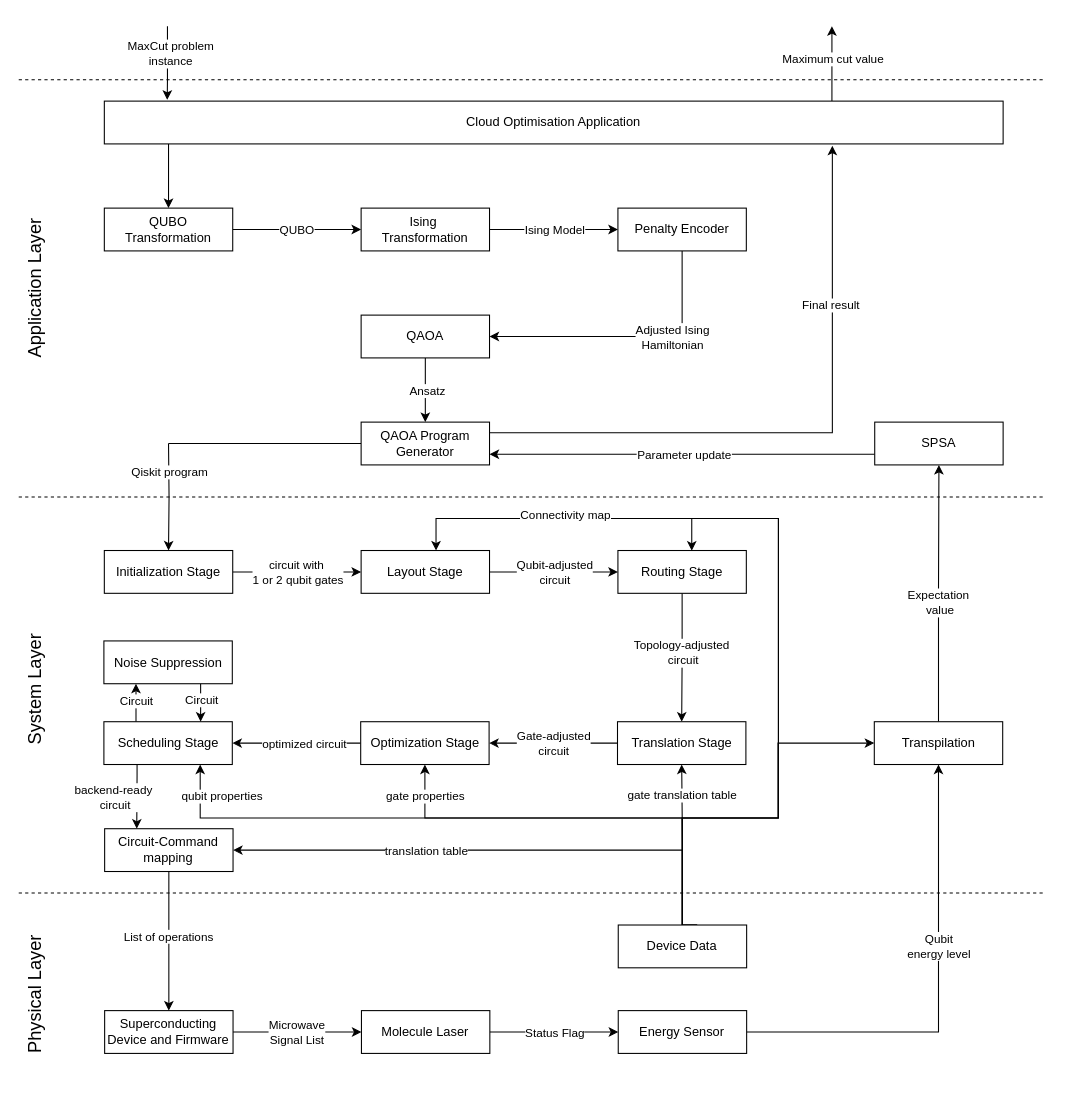
Before: page "scenario2" (2 of 4) of docs/scenario-based-analysis/images/scenarios.drawio in FullStaQD/architecture, a draw.io diagram. Source tidied: cells renumbered, new cells numbered last; positions are measured from the earlier drawing's top-left corner, leaving out a move shared by most shapes. Both pictures are drawn from the tidied source at 107%, with x=0, y=0 at pixel (-57, 26).
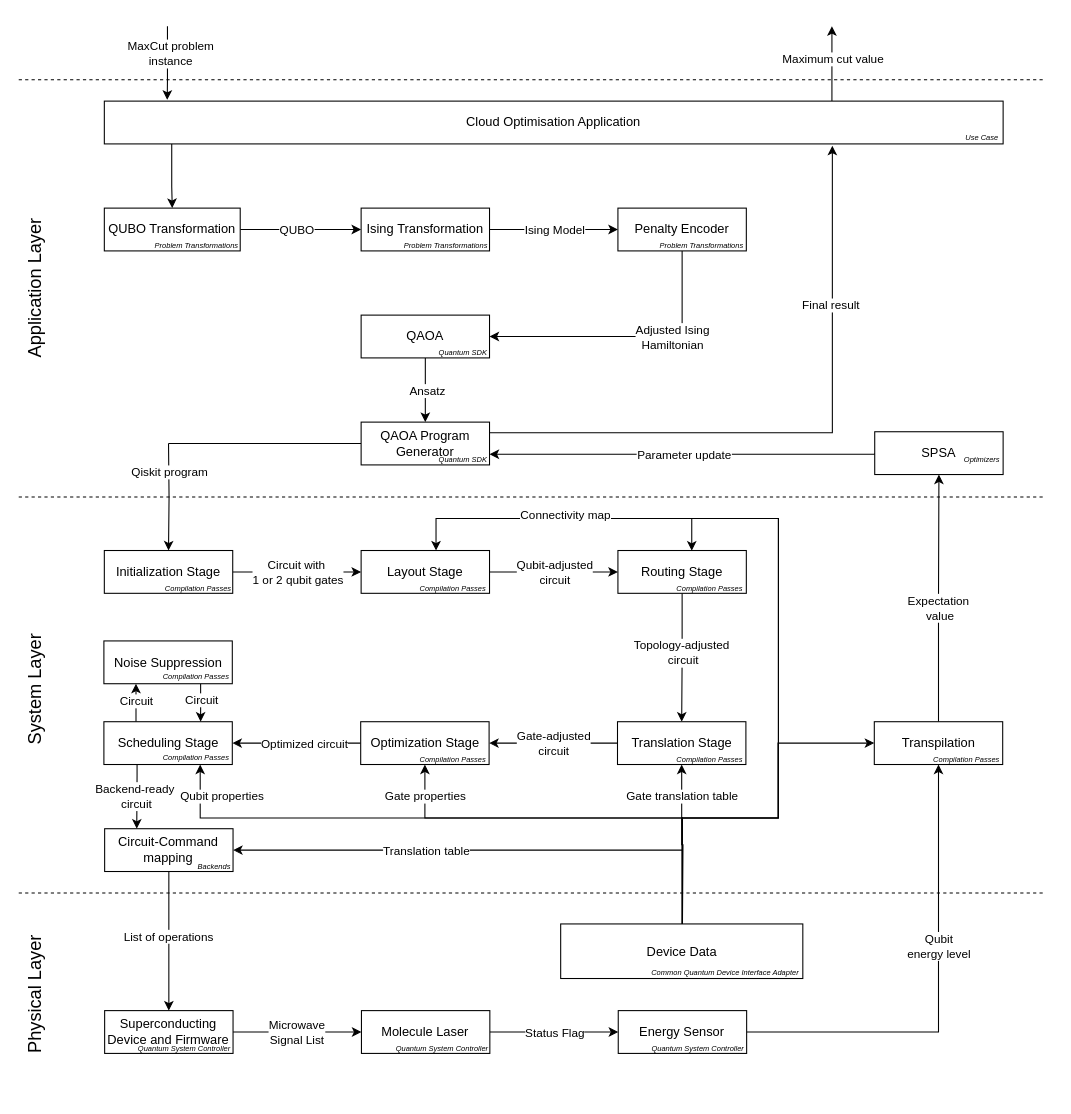
The same page after the edit.

Unchanged cells that the change refers to:
```xml
<mxCell id="8" value="Cloud Optimisation Application" style="rounded=0;whiteSpace=wrap;html=1;" parent="1" vertex="1">
  <mxGeometry x="150" y="70" width="840" height="40" as="geometry" />
</mxCell>
<mxCell id="24" value="Routing Stage" style="rounded=0;whiteSpace=wrap;html=1;" parent="1" vertex="1">
  <mxGeometry x="630" y="490" width="120" height="40" as="geometry" />
</mxCell>
<mxCell id="28" style="edgeStyle=orthogonalEdgeStyle;rounded=0;jettySize=auto;html=1;entryX=0;entryY=0.5;entryDx=0;entryDy=0;" parent="1" edge="1" source="30" target="27">
  <mxGeometry relative="1" as="geometry" />
</mxCell>
<mxCell id="33" value="Translation Stage" style="rounded=0;whiteSpace=wrap;html=1;" parent="1" vertex="1">
  <mxGeometry x="629.6" y="650" width="120" height="40" as="geometry" />
</mxCell>
<mxCell id="34" style="edgeStyle=orthogonalEdgeStyle;rounded=0;jettySize=auto;html=1;entryX=1;entryY=0.5;entryDx=0;entryDy=0;" parent="1" edge="1" source="36" target="41">
  <mxGeometry relative="1" as="geometry" />
</mxCell>
<mxCell id="36" value="Optimization Stage" style="rounded=0;whiteSpace=wrap;html=1;" parent="1" vertex="1">
  <mxGeometry x="389.6" y="650" width="120" height="40" as="geometry" />
</mxCell>
<mxCell id="37" style="edgeStyle=orthogonalEdgeStyle;rounded=0;jettySize=auto;html=1;entryX=0.25;entryY=0;entryDx=0;entryDy=0;" parent="1" edge="1" source="41" target="81">
  <mxGeometry relative="1" as="geometry">
    <Array as="points">
      <mxPoint x="180.6" y="700" />
      <mxPoint x="180.6" y="700" />
    </Array>
  </mxGeometry>
</mxCell>
<mxCell id="41" value="Scheduling Stage" style="rounded=0;whiteSpace=wrap;html=1;" parent="1" vertex="1">
  <mxGeometry x="149.6" y="650" width="120" height="40" as="geometry" />
</mxCell>
<mxCell id="66" value="Transpilation" style="rounded=0;whiteSpace=wrap;html=1;" parent="1" vertex="1">
  <mxGeometry x="869.6" y="650" width="120" height="40" as="geometry" />
</mxCell>
<mxCell id="81" value="Circuit-Command&lt;div&gt;mapping&lt;/div&gt;" style="rounded=0;whiteSpace=wrap;html=1;" parent="1" vertex="1">
  <mxGeometry x="150.3" y="750" width="120" height="40" as="geometry" />
</mxCell>
```

What changed in the source:
```diff
@@
-    <mxCell id="2" style="edgeStyle=orthogonalEdgeStyle;rounded=0;jettySize=auto;html=1;entryX=0.5;entryY=0;entryDx=0;entryDy=0;" parent="1" edge="1" source="8" target="16">
+    <mxCell id="2" style="edgeStyle=orthogonalEdgeStyle;rounded=0;jettySize=auto;html=1;entryX=0.5;entryY=0;entryDx=0;entryDy=0;exitX=0.075;exitY=0.989;exitDx=0;exitDy=0;exitPerimeter=0;" parent="1" edge="1" source="8" target="16">
       <mxGeometry relative="1" as="geometry">
         <Array as="points">
-          <mxPoint x="210" y="150" />
-          <mxPoint x="210" y="150" />
+          <mxPoint x="213" y="150" />
+          <mxPoint x="213.5" y="150" />
         </Array>
       </mxGeometry>
     </mxCell>
@@
-    <mxCell id="15" value="Ising&amp;nbsp;&lt;div&gt;Transformation&lt;/div&gt;" style="rounded=0;whiteSpace=wrap;html=1;" parent="1" vertex="1">
+    <mxCell id="15" value="Ising&amp;nbsp;&lt;span style=&quot;background-color: transparent; color: light-dark(rgb(0, 0, 0), rgb(255, 255, 255));&quot;&gt;Transformation&lt;/span&gt;" style="rounded=0;whiteSpace=wrap;html=1;" parent="1" vertex="1">
       <mxGeometry x="390" y="170" width="120" height="40" as="geometry" />
     </mxCell>
     <mxCell id="16" value="QUBO Transformation" style="rounded=0;whiteSpace=wrap;html=1;" parent="1" vertex="1">
-      <mxGeometry x="150" y="170" width="120" height="40" as="geometry" />
+      <mxGeometry x="150" y="170" width="127" height="40" as="geometry" />
     </mxCell>
@@
-    <mxCell id="29" value="circuit with&amp;nbsp;&lt;div&gt;1 or 2 qubit gates&lt;/div&gt;" style="edgeLabel;html=1;align=center;verticalAlign=middle;" parent="28" vertex="1">
+    <mxCell id="29" value="Circuit with&amp;nbsp;&lt;div&gt;1 or 2 qubit gates&lt;/div&gt;" style="edgeLabel;html=1;align=center;verticalAlign=middle;" parent="28" vertex="1">
       <mxGeometry x="0.11" y="-3" relative="1" as="geometry">
         <mxPoint x="-7" y="-3" as="offset" />
       </mxGeometry>
     </mxCell>
@@
-    <mxCell id="35" value="optimized circuit" style="edgeLabel;html=1;align=center;verticalAlign=middle;" parent="34" vertex="1">
+    <mxCell id="35" value="Optimized circuit" style="edgeLabel;html=1;align=center;verticalAlign=middle;" parent="34" vertex="1">
       <mxGeometry x="-0.11" y="1" relative="1" as="geometry">
         <mxPoint y="-1" as="offset" />
       </mxGeometry>
     </mxCell>
@@
-    <mxCell id="38" value="backend-ready&amp;nbsp;&lt;div&gt;circuit&lt;/div&gt;" style="edgeLabel;html=1;align=center;verticalAlign=middle;" parent="37" vertex="1">
+    <mxCell id="38" value="Backend-ready&amp;nbsp;&lt;div&gt;circuit&lt;/div&gt;" style="edgeLabel;html=1;align=center;verticalAlign=middle;" parent="37" vertex="1">
       <mxGeometry x="0.21" y="1" relative="1" as="geometry">
-        <mxPoint x="-22" y="-6" as="offset" />
+        <mxPoint x="-2" y="-7" as="offset" />
       </mxGeometry>
     </mxCell>
@@
-    <mxCell id="53" style="edgeStyle=orthogonalEdgeStyle;rounded=0;jettySize=auto;html=1;entryX=0.5;entryY=1;entryDx=0;entryDy=0;" parent="1" edge="1" source="63" target="36">
+    <mxCell id="53" style="edgeStyle=orthogonalEdgeStyle;rounded=0;jettySize=auto;html=1;entryX=0.5;entryY=1;entryDx=0;entryDy=0;" parent="1" edge="1" target="36">
       <mxGeometry relative="1" as="geometry">
+        <mxPoint x="690.3" y="840" as="sourcePoint" />
         <Array as="points">
           <mxPoint x="690.6" y="740" />
           <mxPoint x="449.6" y="740" />
         </Array>
       </mxGeometry>
     </mxCell>
-    <mxCell id="54" value="gate properties" style="edgeLabel;html=1;align=center;verticalAlign=middle;" parent="53" vertex="1">
+    <mxCell id="54" value="Gate properties" style="edgeLabel;html=1;align=center;verticalAlign=middle;" parent="53" vertex="1">
       <mxGeometry x="0.85" y="1" relative="1" as="geometry">
         <mxPoint x="1" as="offset" />
       </mxGeometry>
     </mxCell>
-    <mxCell id="55" style="edgeStyle=orthogonalEdgeStyle;rounded=0;jettySize=auto;html=1;entryX=0.5;entryY=0;entryDx=0;entryDy=0;exitX=0.615;exitY=-0.004;exitDx=0;exitDy=0;exitPerimeter=0;" parent="1" edge="1" source="63">
+    <mxCell id="55" style="edgeStyle=orthogonalEdgeStyle;rounded=0;orthogonalLoop=1;jettySize=auto;html=1;entryX=0.5;entryY=0;entryDx=0;entryDy=0;" parent="1" edge="1">
       <mxGeometry relative="1" as="geometry">
+        <mxPoint x="690" y="839.8" as="sourcePoint" />
         <mxPoint x="460" y="490" as="targetPoint" />
         <Array as="points">
           <mxPoint x="690" y="840" />
           <mxPoint x="690" y="740" />
           <mxPoint x="780" y="740" />
           <mxPoint x="780" y="460" />
           <mxPoint x="460" y="460" />
         </Array>
       </mxGeometry>
     </mxCell>
-    <mxCell id="56" style="edgeStyle=orthogonalEdgeStyle;rounded=0;jettySize=auto;html=1;entryX=0;entryY=0.5;entryDx=0;entryDy=0;" parent="1" edge="1" source="63" target="66">
+    <mxCell id="56" style="edgeStyle=orthogonalEdgeStyle;rounded=0;jettySize=auto;html=1;entryX=0;entryY=0.5;entryDx=0;entryDy=0;" parent="1" edge="1" target="66">
       <mxGeometry relative="1" as="geometry">
+        <mxPoint x="690.3" y="840" as="sourcePoint" />
         <Array as="points">
           <mxPoint x="690.6" y="740" />
           <mxPoint x="779.6" y="740" />
           <mxPoint x="779.6" y="670" />
         </Array>
       </mxGeometry>
     </mxCell>
-    <mxCell id="57" style="edgeStyle=orthogonalEdgeStyle;rounded=0;jettySize=auto;html=1;" parent="1" edge="1" source="63" target="33">
-      <mxGeometry relative="1" as="geometry" />
+    <mxCell id="57" style="edgeStyle=orthogonalEdgeStyle;rounded=0;jettySize=auto;html=1;" parent="1" edge="1" target="33">
+      <mxGeometry relative="1" as="geometry">
+        <mxPoint x="690.3" y="840" as="sourcePoint" />
+      </mxGeometry>
     </mxCell>
-    <mxCell id="58" value="gate translation table" style="edgeLabel;html=1;align=center;verticalAlign=middle;" parent="57" vertex="1">
+    <mxCell id="58" value="Gate translation table" style="edgeLabel;html=1;align=center;verticalAlign=middle;" parent="57" vertex="1">
       <mxGeometry x="0.51" relative="1" as="geometry">
         <mxPoint y="-8" as="offset" />
       </mxGeometry>
     </mxCell>
-    <mxCell id="59" style="edgeStyle=orthogonalEdgeStyle;rounded=0;jettySize=auto;html=1;entryX=0.75;entryY=1;entryDx=0;entryDy=0;" parent="1" edge="1" source="63" target="41">
+    <mxCell id="59" style="edgeStyle=orthogonalEdgeStyle;rounded=0;jettySize=auto;html=1;entryX=0.75;entryY=1;entryDx=0;entryDy=0;" parent="1" edge="1" target="41">
       <mxGeometry relative="1" as="geometry">
+        <mxPoint x="690.3" y="840" as="sourcePoint" />
         <Array as="points">
           <mxPoint x="690.6" y="740" />
           <mxPoint x="239.6" y="740" />
         </Array>
       </mxGeometry>
     </mxCell>
-    <mxCell id="60" value="qubit properties" style="edgeLabel;html=1;align=center;verticalAlign=middle;" parent="59" vertex="1">
+    <mxCell id="60" value="Qubit properties" style="edgeLabel;html=1;align=center;verticalAlign=middle;" parent="59" vertex="1">
       <mxGeometry x="0.9" relative="1" as="geometry">
         <mxPoint x="20" as="offset" />
       </mxGeometry>
     </mxCell>
-    <mxCell id="61" style="edgeStyle=orthogonalEdgeStyle;rounded=0;jettySize=auto;html=1;entryX=1;entryY=0.5;entryDx=0;entryDy=0;" parent="1" edge="1" source="63" target="81">
+    <mxCell id="61" style="edgeStyle=orthogonalEdgeStyle;rounded=0;jettySize=auto;html=1;entryX=1;entryY=0.5;entryDx=0;entryDy=0;" parent="1" edge="1" target="81">
       <mxGeometry relative="1" as="geometry">
+        <mxPoint x="690.3" y="840" as="sourcePoint" />
         <Array as="points">
           <mxPoint x="690.6" y="770" />
         </Array>
       </mxGeometry>
     </mxCell>
-    <mxCell id="62" value="translation table" style="edgeLabel;html=1;align=center;verticalAlign=middle;" parent="61" vertex="1">
+    <mxCell id="62" value="Translation table" style="edgeLabel;html=1;align=center;verticalAlign=middle;" parent="61" vertex="1">
       <mxGeometry x="0.33" y="-2" relative="1" as="geometry">
         <mxPoint x="16" y="2" as="offset" />
       </mxGeometry>
     </mxCell>
-    <mxCell id="63" value="Device Data" style="rounded=0;whiteSpace=wrap;html=1;" parent="1" vertex="1">
-      <mxGeometry x="630.3" y="840" width="120" height="40" as="geometry" />
-    </mxCell>
@@
-    <mxCell id="69" style="edgeStyle=orthogonalEdgeStyle;rounded=0;jettySize=auto;html=1;entryX=0.575;entryY=0.005;entryDx=0;entryDy=0;entryPerimeter=0;" parent="1" edge="1" source="63" target="24">
+    <mxCell id="69" style="edgeStyle=orthogonalEdgeStyle;rounded=0;jettySize=auto;html=1;entryX=0.575;entryY=0.005;entryDx=0;entryDy=0;entryPerimeter=0;" parent="1" edge="1" target="24">
       <mxGeometry relative="1" as="geometry">
+        <mxPoint x="690.3" y="840" as="sourcePoint" />
         <Array as="points">
           <mxPoint x="690" y="740" />
           <mxPoint x="780" y="740" />
           <mxPoint x="780" y="460" />
           <mxPoint x="699" y="460" />
         </Array>
       </mxGeometry>
     </mxCell>
@@
-    <mxCell id="71" style="edgeStyle=orthogonalEdgeStyle;rounded=0;jettySize=auto;html=1;" parent="1" edge="1" source="73">
+    <mxCell id="71" style="edgeStyle=orthogonalEdgeStyle;rounded=0;jettySize=auto;html=1;exitX=0;exitY=0.5;exitDx=0;exitDy=0;" parent="1" edge="1" source="73">
       <mxGeometry relative="1" as="geometry">
         <mxPoint x="510" y="400" as="targetPoint" />
         <Array as="points">
-          <mxPoint x="510" y="400" />
+          <mxPoint x="870" y="400" />
         </Array>
       </mxGeometry>
     </mxCell>
@@
     <mxCell id="73" value="SPSA" style="rounded=0;whiteSpace=wrap;html=1;" parent="1" vertex="1">
-      <mxGeometry x="870" y="370" width="120" height="40" as="geometry" />
+      <mxGeometry x="870" y="379" width="120" height="40" as="geometry" />
     </mxCell>
@@
+    <mxCell id="86" value="&lt;i&gt;&lt;font style=&quot;font-size: 7px;&quot;&gt;Use Case&lt;/font&gt;&lt;/i&gt;" style="text;html=1;whiteSpace=wrap;strokeColor=none;fillColor=none;align=center;verticalAlign=middle;rounded=0;fontSize=9;" parent="1" vertex="1">
+      <mxGeometry x="905" y="89" width="131" height="30" as="geometry" />
+    </mxCell>
+    <mxCell id="87" value="&lt;i&gt;&lt;font style=&quot;font-size: 7px;&quot;&gt;Problem Transformations&lt;/font&gt;&lt;/i&gt;" style="text;html=1;whiteSpace=wrap;strokeColor=none;fillColor=none;align=center;verticalAlign=middle;rounded=0;" parent="1" vertex="1">
+      <mxGeometry x="179" y="196" width="114.7" height="16" as="geometry" />
+    </mxCell>
+    <mxCell id="88" value="&lt;i&gt;&lt;font style=&quot;font-size: 7px;&quot;&gt;Problem Transformations&lt;/font&gt;&lt;/i&gt;" style="text;html=1;whiteSpace=wrap;strokeColor=none;fillColor=none;align=center;verticalAlign=middle;rounded=0;" parent="1" vertex="1">
+      <mxGeometry x="412" y="196" width="114.7" height="16" as="geometry" />
+    </mxCell>
+    <mxCell id="89" value="&lt;i&gt;&lt;font style=&quot;font-size: 7px;&quot;&gt;Problem Transformations&lt;/font&gt;&lt;/i&gt;" style="text;html=1;whiteSpace=wrap;strokeColor=none;fillColor=none;align=center;verticalAlign=middle;rounded=0;" parent="1" vertex="1">
+      <mxGeometry x="651" y="196" width="114.7" height="16" as="geometry" />
+    </mxCell>
+    <mxCell id="90" value="&lt;i&gt;&lt;font style=&quot;font-size: 7px;&quot;&gt;Quantum SDK&lt;/font&gt;&lt;/i&gt;" style="text;html=1;whiteSpace=wrap;strokeColor=none;fillColor=none;align=center;verticalAlign=middle;rounded=0;" parent="1" vertex="1">
+      <mxGeometry x="428" y="296" width="114.7" height="16" as="geometry" />
+    </mxCell>
+    <mxCell id="91" value="&lt;i&gt;&lt;font style=&quot;font-size: 7px;&quot;&gt;Quantum SDK&lt;/font&gt;&lt;/i&gt;" style="text;html=1;whiteSpace=wrap;strokeColor=none;fillColor=none;align=center;verticalAlign=middle;rounded=0;" parent="1" vertex="1">
+      <mxGeometry x="428" y="396" width="114.7" height="16" as="geometry" />
+    </mxCell>
+    <mxCell id="92" value="&lt;i&gt;&lt;font style=&quot;font-size: 7px;&quot;&gt;Optimizers&lt;/font&gt;&lt;/i&gt;" style="text;html=1;whiteSpace=wrap;strokeColor=none;fillColor=none;align=center;verticalAlign=middle;rounded=0;" parent="1" vertex="1">
+      <mxGeometry x="913.1" y="396" width="114.7" height="16" as="geometry" />
+    </mxCell>
+    <mxCell id="93" value="&lt;font style=&quot;font-size: 7px;&quot;&gt;&lt;i&gt;Compilation Passes&lt;/i&gt;&lt;/font&gt;" style="text;html=1;whiteSpace=wrap;strokeColor=none;fillColor=none;align=center;verticalAlign=middle;rounded=0;" parent="1" vertex="1">
+      <mxGeometry x="204" y="509" width="68" height="30" as="geometry" />
+    </mxCell>
+    <mxCell id="94" value="&lt;font style=&quot;font-size: 7px;&quot;&gt;&lt;i&gt;Compilation Passes&lt;/i&gt;&lt;/font&gt;" style="text;html=1;whiteSpace=wrap;strokeColor=none;fillColor=none;align=center;verticalAlign=middle;rounded=0;" parent="1" vertex="1">
+      <mxGeometry x="442.3" y="509" width="68" height="30" as="geometry" />
+    </mxCell>
+    <mxCell id="95" value="&lt;font style=&quot;font-size: 7px;&quot;&gt;&lt;i&gt;Compilation Passes&lt;/i&gt;&lt;/font&gt;" style="text;html=1;whiteSpace=wrap;strokeColor=none;fillColor=none;align=center;verticalAlign=middle;rounded=0;" parent="1" vertex="1">
+      <mxGeometry x="682.3" y="509" width="68" height="30" as="geometry" />
+    </mxCell>
+    <mxCell id="96" value="&lt;font style=&quot;font-size: 7px;&quot;&gt;&lt;i&gt;Compilation Passes&lt;/i&gt;&lt;/font&gt;" style="text;html=1;whiteSpace=wrap;strokeColor=none;fillColor=none;align=center;verticalAlign=middle;rounded=0;" parent="1" vertex="1">
+      <mxGeometry x="681.6" y="669" width="68" height="30" as="geometry" />
+    </mxCell>
+    <mxCell id="97" value="&lt;font style=&quot;font-size: 7px;&quot;&gt;&lt;i&gt;Compilation Passes&lt;/i&gt;&lt;/font&gt;" style="text;html=1;whiteSpace=wrap;strokeColor=none;fillColor=none;align=center;verticalAlign=middle;rounded=0;" parent="1" vertex="1">
+      <mxGeometry x="441.6" y="669" width="68" height="30" as="geometry" />
+    </mxCell>
+    <mxCell id="98" value="&lt;font style=&quot;font-size: 7px;&quot;&gt;&lt;i&gt;Compilation Passes&lt;/i&gt;&lt;/font&gt;" style="text;html=1;whiteSpace=wrap;strokeColor=none;fillColor=none;align=center;verticalAlign=middle;rounded=0;" parent="1" vertex="1">
+      <mxGeometry x="201.6" y="667" width="68" height="30" as="geometry" />
+    </mxCell>
+    <mxCell id="99" value="&lt;font style=&quot;font-size: 7px;&quot;&gt;&lt;i&gt;Compilation Passes&lt;/i&gt;&lt;/font&gt;" style="text;html=1;whiteSpace=wrap;strokeColor=none;fillColor=none;align=center;verticalAlign=middle;rounded=0;" parent="1" vertex="1">
+      <mxGeometry x="201.6" y="592" width="68" height="30" as="geometry" />
+    </mxCell>
+    <mxCell id="100" value="&lt;font style=&quot;font-size: 7px;&quot;&gt;&lt;i&gt;Backends&lt;/i&gt;&lt;/font&gt;" style="text;html=1;whiteSpace=wrap;strokeColor=none;fillColor=none;align=center;verticalAlign=middle;rounded=0;" parent="1" vertex="1">
+      <mxGeometry x="219" y="769" width="68" height="30" as="geometry" />
+    </mxCell>
+    <mxCell id="101" value="&lt;font style=&quot;font-size: 7px;&quot;&gt;&lt;i&gt;Quantum System Controller&lt;/i&gt;&lt;/font&gt;" style="text;html=1;whiteSpace=wrap;strokeColor=none;fillColor=none;align=center;verticalAlign=middle;rounded=0;" parent="1" vertex="1">
+      <mxGeometry x="163" y="939" width="124" height="30" as="geometry" />
+    </mxCell>
+    <mxCell id="102" value="&lt;font style=&quot;font-size: 7px;&quot;&gt;&lt;i&gt;Quantum System Controller&lt;/i&gt;&lt;/font&gt;" style="text;html=1;whiteSpace=wrap;strokeColor=none;fillColor=none;align=center;verticalAlign=middle;rounded=0;" parent="1" vertex="1">
+      <mxGeometry x="404" y="939" width="124" height="30" as="geometry" />
+    </mxCell>
+    <mxCell id="103" value="&lt;font style=&quot;font-size: 7px;&quot;&gt;&lt;i&gt;Quantum System Controller&lt;/i&gt;&lt;/font&gt;" style="text;html=1;whiteSpace=wrap;strokeColor=none;fillColor=none;align=center;verticalAlign=middle;rounded=0;" parent="1" vertex="1">
+      <mxGeometry x="643" y="939" width="124" height="30" as="geometry" />
+    </mxCell>
+    <mxCell id="63" value="Device Data" style="rounded=0;whiteSpace=wrap;html=1;" parent="1" vertex="1">
+      <mxGeometry x="576.5" y="839" width="226.3" height="51" as="geometry" />
+    </mxCell>
+    <mxCell id="104" value="&lt;font style=&quot;font-size: 7px;&quot;&gt;&lt;i&gt;Common Quantum Device Interface Adapter&lt;/i&gt;&lt;/font&gt;" style="text;html=1;whiteSpace=wrap;strokeColor=none;fillColor=none;align=center;verticalAlign=middle;rounded=0;" parent="1" vertex="1">
+      <mxGeometry x="650" y="868" width="161" height="30" as="geometry" />
+    </mxCell>
+    <mxCell id="105" value="&lt;font style=&quot;font-size: 7px;&quot;&gt;&lt;i&gt;Compilation Passes&lt;/i&gt;&lt;/font&gt;" style="text;html=1;whiteSpace=wrap;strokeColor=none;fillColor=none;align=center;verticalAlign=middle;rounded=0;" parent="1" vertex="1">
+      <mxGeometry x="922" y="669" width="68" height="30" as="geometry" />
+    </mxCell>
```
